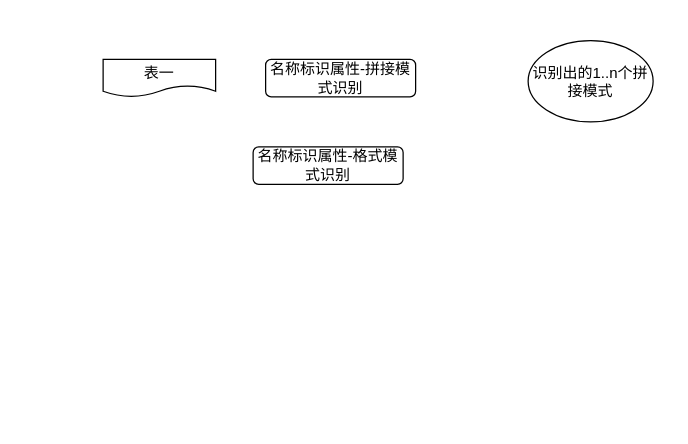
Earlier version of the draw.io diagram 主数据比对合并.drawio (JefferNew/data2wisdom). Source tidied: cells renumbered, new cells numbered last; positions are measured from the earlier drawing's top-left corner, leaving out a move shared by most shapes. Both pictures are drawn from the tidied source at 125%, with x=0, y=0 at pixel (102, 40).
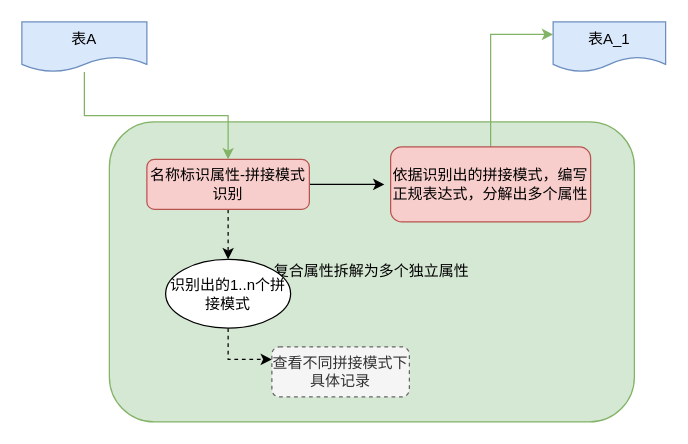
The same page after the edit.

Commit message:
Update 主数据比对合并.drawio

Change to the diagram source:
```diff
@@
 <mxGraphModel>
   <root>
     <mxCell id="0" />
     <mxCell id="1" parent="0" />
-    <mxCell id="2" value="表一" style="shape=document;whiteSpace=wrap;html=1;boundedLbl=1;" parent="1" vertex="1">
-      <mxGeometry y="15" width="90" height="30" as="geometry" />
-    </mxCell>
+    <mxCell id="6" value="复合属性拆解为多个独立属性" style="rounded=1;whiteSpace=wrap;html=1;fillColor=#d5e8d4;strokeColor=#82b366;" parent="1" vertex="1">
+      <mxGeometry x="5" y="65" width="420" height="240" as="geometry" />
+    </mxCell>
+    <mxCell id="7" style="edgeStyle=orthogonalEdgeStyle;rounded=0;jettySize=auto;html=1;exitX=0.5;exitY=1;exitDx=0;exitDy=0;entryX=0.5;entryY=0;entryDx=0;entryDy=0;dashed=1;" parent="1" edge="1" source="3" target="5">
+      <mxGeometry relative="1" as="geometry" />
+    </mxCell>
+    <mxCell id="8" style="edgeStyle=orthogonalEdgeStyle;rounded=0;jettySize=auto;html=1;exitX=1;exitY=0.5;exitDx=0;exitDy=0;" parent="1" edge="1" source="3">
+      <mxGeometry relative="1" as="geometry">
+        <mxPoint x="225" y="115" as="targetPoint" />
+      </mxGeometry>
+    </mxCell>
-    <mxCell id="3" value="名称标识属性-拼接模式识别" style="rounded=1;whiteSpace=wrap;html=1;" parent="1" vertex="1">
-      <mxGeometry x="130" y="15" width="120" height="30" as="geometry" />
+    <mxCell id="3" value="名称标识属性-拼接模式识别" style="rounded=1;whiteSpace=wrap;html=1;fillColor=#f8cecc;strokeColor=#b85450;" parent="1" vertex="1">
+      <mxGeometry x="35" y="95" width="130" height="40" as="geometry" />
     </mxCell>
+    <mxCell id="9" style="edgeStyle=orthogonalEdgeStyle;rounded=0;jettySize=auto;html=1;exitX=0.5;exitY=0;exitDx=0;exitDy=0;entryX=0;entryY=0.25;entryDx=0;entryDy=0;fillColor=#d5e8d4;strokeColor=#82b366;" parent="1" edge="1" source="4" target="12">
+      <mxGeometry relative="1" as="geometry" />
+    </mxCell>
-    <mxCell id="4" value="名称标识属性-格式模式识别" style="rounded=1;whiteSpace=wrap;html=1;" parent="1" vertex="1">
-      <mxGeometry x="120" y="85" width="120" height="30" as="geometry" />
+    <mxCell id="4" value="依据识别出的拼接模式，编写正规表达式，分解出多个属性" style="rounded=1;whiteSpace=wrap;html=1;fillColor=#f8cecc;strokeColor=#b85450;" parent="1" vertex="1">
+      <mxGeometry x="230" y="85" width="160" height="60" as="geometry" />
     </mxCell>
+    <mxCell id="10" style="edgeStyle=orthogonalEdgeStyle;rounded=0;jettySize=auto;html=1;exitX=0.5;exitY=1;exitDx=0;exitDy=0;entryX=0;entryY=0.25;entryDx=0;entryDy=0;dashed=1;" parent="1" edge="1" source="5" target="11">
+      <mxGeometry relative="1" as="geometry" />
+    </mxCell>
     <mxCell id="5" value="识别出的1..n个拼接模式" style="ellipse;whiteSpace=wrap;html=1;" parent="1" vertex="1">
-      <mxGeometry x="340" width="100" height="65" as="geometry" />
+      <mxGeometry x="50" y="175" width="100" height="55" as="geometry" />
     </mxCell>
+    <mxCell id="11" value="查看不同拼接模式下具体记录" style="rounded=1;whiteSpace=wrap;html=1;fillColor=#f5f5f5;strokeColor=#666666;fontColor=#333333;dashed=1;" parent="1" vertex="1">
+      <mxGeometry x="135" y="245" width="110" height="40" as="geometry" />
+    </mxCell>
+    <mxCell id="12" value="表A_1" style="shape=document;whiteSpace=wrap;html=1;boundedLbl=1;fillColor=#dae8fc;strokeColor=#6c8ebf;" parent="1" vertex="1">
+      <mxGeometry x="360" y="-15" width="90" height="40" as="geometry" />
+    </mxCell>
+    <mxCell id="13" style="edgeStyle=orthogonalEdgeStyle;rounded=0;jettySize=auto;html=1;fillColor=#d5e8d4;strokeColor=#82b366;" parent="1" edge="1" source="14" target="3">
+      <mxGeometry relative="1" as="geometry" />
+    </mxCell>
+    <mxCell id="14" value="表A" style="shape=document;whiteSpace=wrap;html=1;boundedLbl=1;fillColor=#dae8fc;strokeColor=#6c8ebf;" parent="1" vertex="1">
+      <mxGeometry x="-65" y="-15" width="100" height="40" as="geometry" />
+    </mxCell>
   </root>
 </mxGraphModel>
```
